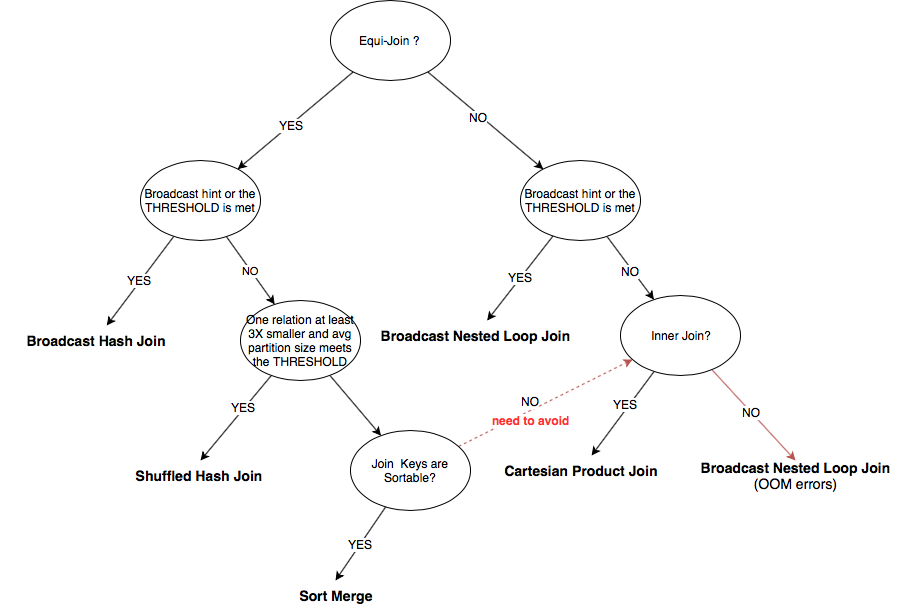
Before: draw.io/Spark_Joins_methods.png, a diagram exported from draw.io (egordoe/apps). Source tidied: cells renumbered, new cells last; positions are measured from the earlier drawing's top-left corner, leaving out a move shared by most shapes.
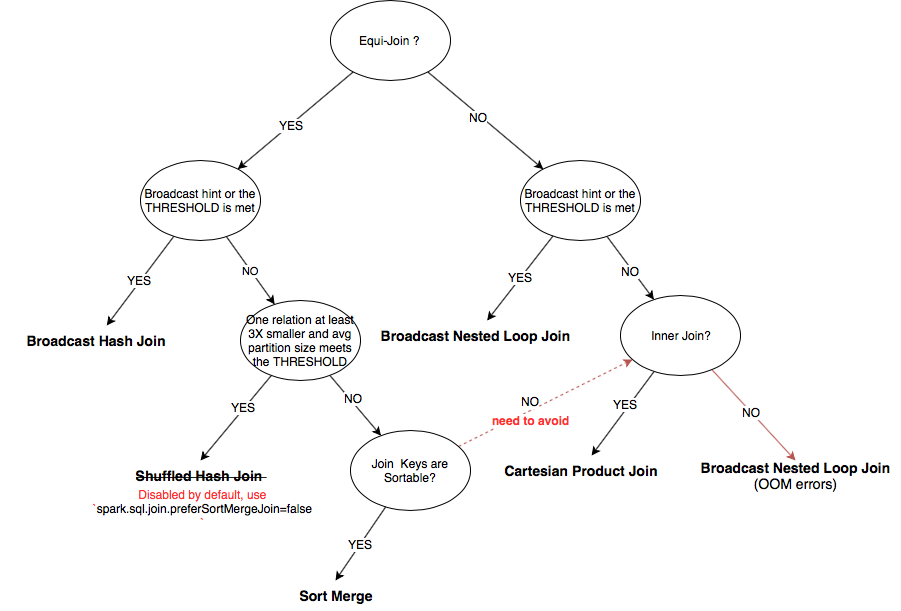
After the commit.

The edit, as a diff of the source:
```diff
@@ -43,10 +43,13 @@
     <mxCell id="14" style="edgeStyle=none;rounded=0;jettySize=auto;html=1;" parent="1" edge="1" source="15" target="21">
       <mxGeometry relative="1" as="geometry" />
     </mxCell>
+    <mxCell id="36" value="NO" style="text;html=1;align=center;verticalAlign=middle;labelBackgroundColor=#ffffff;" parent="14" vertex="1">
+      <mxGeometry x="-0.2" y="3" relative="1" as="geometry" />
+    </mxCell>
     <mxCell id="15" value="One relation at least 3X smaller and avg partition size meets the THRESHOLD" style="ellipse;whiteSpace=wrap;html=1;" parent="1" vertex="1">
       <mxGeometry x="240" y="300" width="120" height="80" as="geometry" />
     </mxCell>
-    <mxCell id="16" value="&lt;font style=&quot;font-size: 14px&quot;&gt;&lt;b&gt;Shuffled Hash Join&amp;nbsp;&lt;/b&gt;&lt;/font&gt;" style="text;html=1;strokeColor=none;fillColor=none;align=center;verticalAlign=middle;whiteSpace=wrap;rounded=0;" parent="1" vertex="1">
+    <mxCell id="16" value="&lt;font style=&quot;font-size: 14px&quot;&gt;&lt;b&gt;&lt;strike&gt;Shuffled Hash Join&amp;nbsp;&lt;/strike&gt;&lt;/b&gt;&lt;/font&gt;" style="text;html=1;strokeColor=none;fillColor=none;align=center;verticalAlign=middle;whiteSpace=wrap;rounded=0;" parent="1" vertex="1">
       <mxGeometry x="105" y="460" width="190" height="30" as="geometry" />
     </mxCell>
     <mxCell id="17" value="&lt;font style=&quot;font-size: 12px&quot;&gt;YES&lt;/font&gt;" style="edgeStyle=none;rounded=0;jettySize=auto;html=1;entryX=0.5;entryY=0;entryDx=0;entryDy=0;" parent="1" edge="1" source="21" target="22">
@@ -112,5 +115,8 @@
     <mxCell id="35" value="&lt;font style=&quot;font-size: 14px&quot;&gt;&lt;b&gt;Broadcast Nested Loop Join&lt;/b&gt;&lt;/font&gt;" style="text;html=1;strokeColor=none;fillColor=none;align=center;verticalAlign=middle;whiteSpace=wrap;rounded=0;" parent="1" vertex="1">
       <mxGeometry x="370" y="320" width="210" height="30" as="geometry" />
     </mxCell>
+    <mxCell id="37" value="&lt;font color=&quot;#ff3333&quot;&gt;Disabled by default, use `&lt;/font&gt;spark.sql.join.preferSortMergeJoin=false&lt;font color=&quot;#ff3333&quot;&gt;&lt;br&gt;`&lt;br&gt;&lt;br&gt;&lt;/font&gt;" style="text;html=1;strokeColor=none;fillColor=none;align=center;verticalAlign=middle;whiteSpace=wrap;rounded=0;" parent="1" vertex="1">
+      <mxGeometry x="75" y="510" width="255" height="10" as="geometry" />
+    </mxCell>
   </root>
 </mxGraphModel>
```
